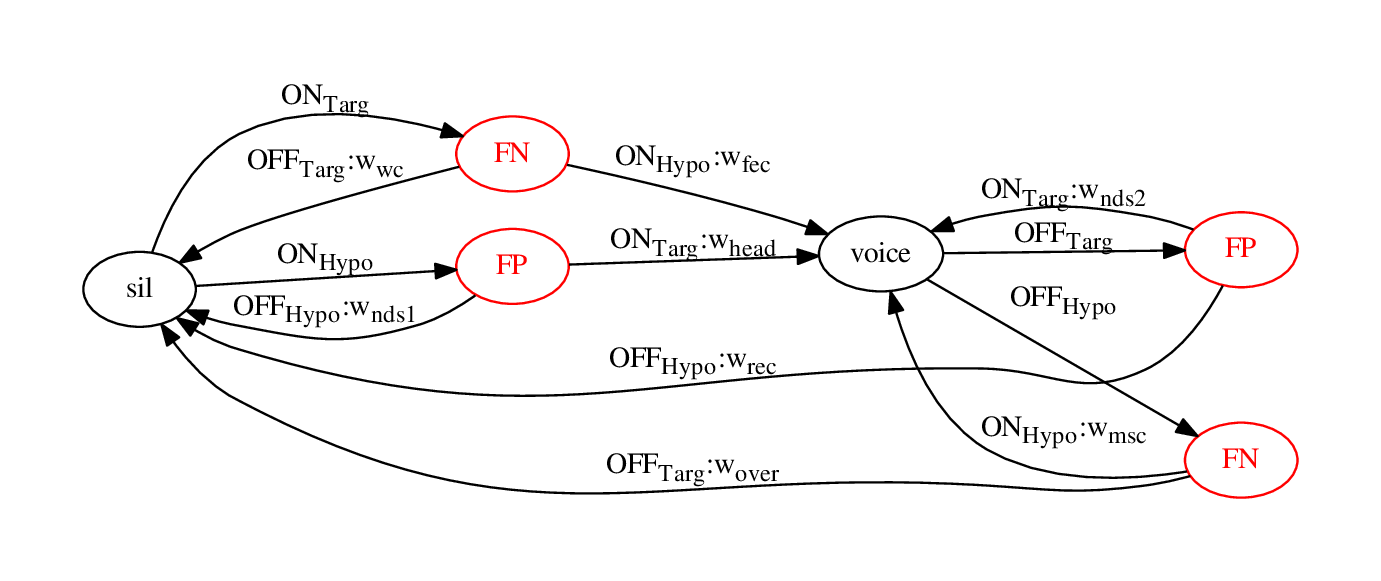
Above: doc/vad-trans.png in pinlab/Schnitt (Graphviz), before the change. Its source is kept beside it as doc/vad-trans.dot. The source it was exported from:
```dot
digraph VAD {
    rankdir=LR;

    SIL[label="sil"]
    VOICE[label="voice"]
    Clipped[color="red",fontcolor="red",label="FN"];
    Overhead[color="red",fontcolor="red",label="FP"];
    CUT[color="red",fontcolor="red", label="FN"];
    BRIDGE[color="red",fontcolor="red",label="FP"];

/*    SIL -> VOICE[label=<ON<sub>Targ,Hypo</sub>>] */
/*    VOICE -> SIL[label=<OFF<sub>Targ,Hypo</sub>>] */

    SIL -> Clipped  [label=<ON<sub>Targ</sub>>];
    Clipped -> VOICE[label=<ON<sub>Hypo</sub>:w<sub>fec</sub>>];
    Clipped -> SIL[label=<OFF<sub>Targ</sub>:w<sub>wc</sub>>];

    SIL -> Overhead[label=<ON<sub>Hypo</sub>>];
    Overhead -> SIL[label=<OFF<sub>Hypo</sub>:w<sub>nds1</sub>>];
    Overhead -> VOICE[label=<ON<sub>Targ</sub>:w<sub>head</sub>>];

    VOICE -> CUT[label=<OFF<sub>Hypo</sub>>];
    CUT -> VOICE[label=<ON<sub>Hypo</sub>:w<sub>msc</sub>>];
    CUT -> SIL[label=<OFF<sub>Targ</sub>:w<sub>over</sub>>];

    VOICE -> BRIDGE[label=<OFF<sub>Targ</sub>>];
    BRIDGE-> VOICE [label=<ON<sub>Targ</sub>:w<sub>nds2</sub>>];
    BRIDGE-> SIL [label=<OFF<sub>Hypo</sub>:w<sub>rec</sub>>];

}
```
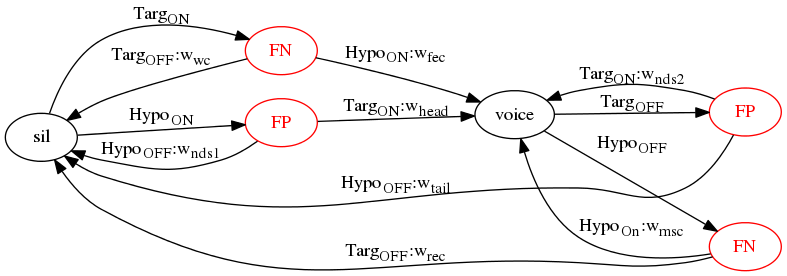
After the change.

The edit, as a diff of the source:
```diff
@@ -11,20 +11,20 @@
 /*    SIL -> VOICE[label=<ON<sub>Targ,Hypo</sub>>] */
 /*    VOICE -> SIL[label=<OFF<sub>Targ,Hypo</sub>>] */
 
-    SIL -> Clipped  [label=<ON<sub>Targ</sub>>];
-    Clipped -> VOICE[label=<ON<sub>Hypo</sub>:w<sub>fec</sub>>];
-    Clipped -> SIL[label=<OFF<sub>Targ</sub>:w<sub>wc</sub>>];
+    SIL -> Clipped  [label=<Targ<sub>ON</sub>>];
+    Clipped -> VOICE[label=<Hypo<sub>ON</sub>:w<sub>fec</sub>>];
+    Clipped -> SIL[label=<Targ<sub>OFF</sub>:w<sub>wc</sub>>];
 
-    SIL -> Overhead[label=<ON<sub>Hypo</sub>>];
-    Overhead -> SIL[label=<OFF<sub>Hypo</sub>:w<sub>nds1</sub>>];
-    Overhead -> VOICE[label=<ON<sub>Targ</sub>:w<sub>head</sub>>];
+    SIL -> Overhead[label=<Hypo<sub>ON</sub>>];
+    Overhead -> SIL[label=<Hypo<sub>OFF</sub>:w<sub>nds1</sub>>];
+    Overhead -> VOICE[label=<Targ<sub>ON</sub>:w<sub>head</sub>>];
 
-    VOICE -> CUT[label=<OFF<sub>Hypo</sub>>];
-    CUT -> VOICE[label=<ON<sub>Hypo</sub>:w<sub>msc</sub>>];
-    CUT -> SIL[label=<OFF<sub>Targ</sub>:w<sub>over</sub>>];
+    VOICE -> CUT[label=<Hypo<sub>OFF</sub>>];
+    CUT -> VOICE[label=<Hypo<sub>On</sub>:w<sub>msc</sub>>];
+    CUT -> SIL[label=<Targ<sub>OFF</sub>:w<sub>rec</sub>>];
 
-    VOICE -> BRIDGE[label=<OFF<sub>Targ</sub>>];
-    BRIDGE-> VOICE [label=<ON<sub>Targ</sub>:w<sub>nds2</sub>>];
-    BRIDGE-> SIL [label=<OFF<sub>Hypo</sub>:w<sub>rec</sub>>];
+    VOICE -> BRIDGE[label=<Targ<sub>OFF</sub>>];
+    BRIDGE-> VOICE [label=<Targ<sub>ON</sub>:w<sub>nds2</sub>>];
+    BRIDGE-> SIL [label=<Hypo<sub>OFF</sub>:w<sub>tail</sub>>];
 
 }
```
